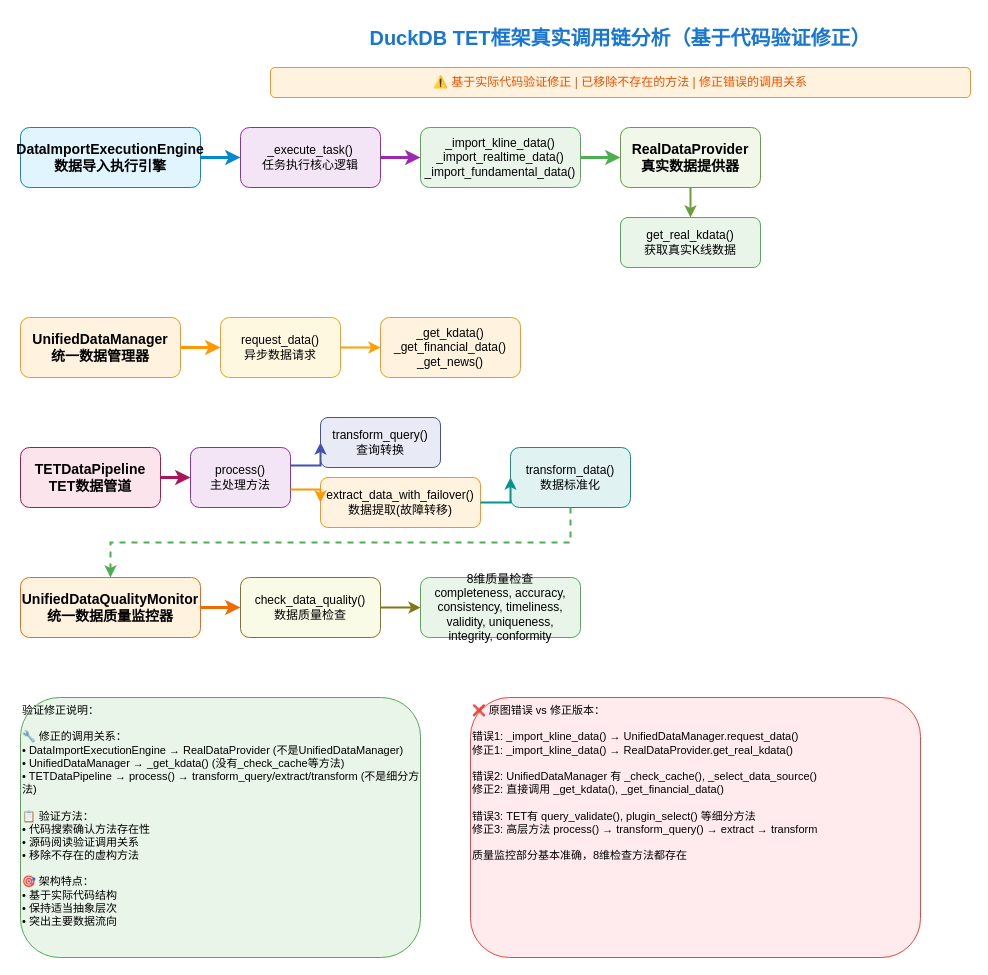
Above: page "验证修正版调用链" (4 of 4) of drawio/DuckDB_TET_Framework_Architecture.drawio in 635858793/FactorWeave-Quant (draw.io), before the change. Source tidied: cells renumbered, new cells numbered last; positions are measured from the earlier drawing's top-left corner, leaving out a move shared by most shapes. Both pictures are drawn from the tidied source at 100%, with x=0, y=0 at pixel (20, 17).
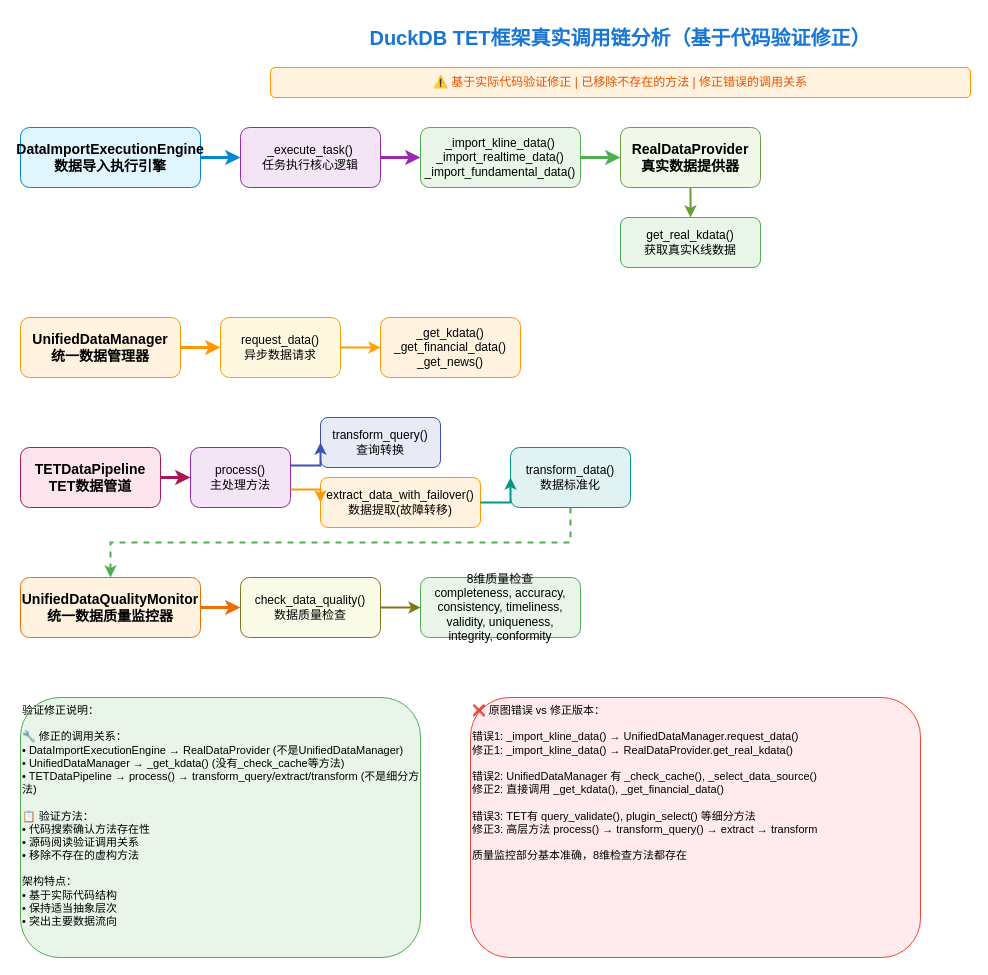
Above is the later version.

Diff of the diagram source:
```diff
@@
-    <mxCell id="33" value="验证修正说明：&#10;&#10;🔧 修正的调用关系：&#10;• DataImportExecutionEngine → RealDataProvider (不是UnifiedDataManager)&#10;• UnifiedDataManager → _get_kdata() (没有_check_cache等方法)&#10;• TETDataPipeline → process() → transform_query/extract/transform (不是细分方法)&#10;&#10;📋 验证方法：&#10;• 代码搜索确认方法存在性&#10;• 源码阅读验证调用关系&#10;• 移除不存在的虚构方法&#10;&#10;🎯 架构特点：&#10;• 基于实际代码结构&#10;• 保持适当抽象层次&#10;• 突出主要数据流向" style="text;html=1;strokeColor=#4caf50;fillColor=#e8f5e8;align=left;verticalAlign=top;whiteSpace=wrap;rounded=1;fontColor=#000000;fontSize=11;" parent="1" vertex="1">
+    <mxCell id="33" value="验证修正说明：&#10;&#10;🔧 修正的调用关系：&#10;• DataImportExecutionEngine → RealDataProvider (不是UnifiedDataManager)&#10;• UnifiedDataManager → _get_kdata() (没有_check_cache等方法)&#10;• TETDataPipeline → process() → transform_query/extract/transform (不是细分方法)&#10;&#10;📋 验证方法：&#10;• 代码搜索确认方法存在性&#10;• 源码阅读验证调用关系&#10;• 移除不存在的虚构方法&#10;&#10;架构特点：&#10;• 基于实际代码结构&#10;• 保持适当抽象层次&#10;• 突出主要数据流向" style="text;html=1;strokeColor=#4caf50;fillColor=#e8f5e8;align=left;verticalAlign=top;whiteSpace=wrap;rounded=1;fontColor=#000000;fontSize=11;" parent="1" vertex="1">
       <mxGeometry y="680" width="400" height="260" as="geometry" />
     </mxCell>
```
